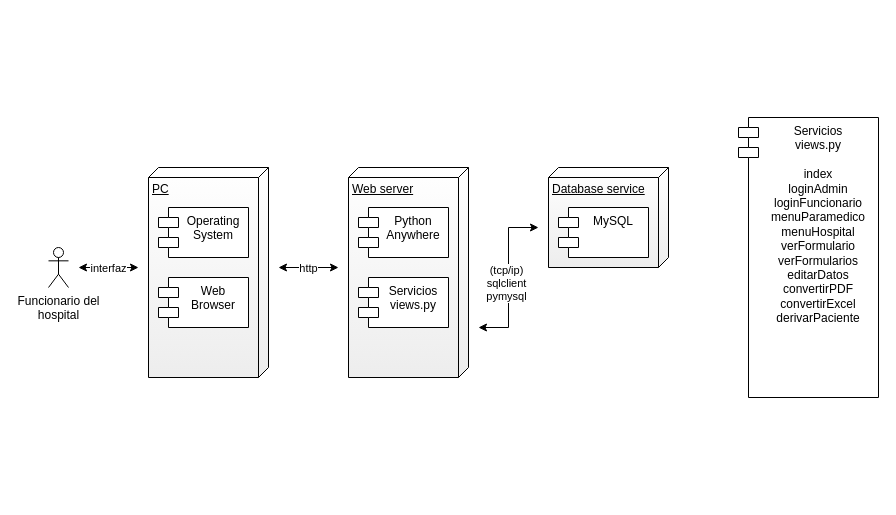
Before: page "Despliegue" (3 of 5) of Diagramas.drawio in PalomaWatona/proyecto-integrado, a draw.io diagram. Source tidied: cells renumbered, new cells numbered last; positions are measured from the earlier drawing's top-left corner, leaving out a move shared by most shapes. Both pictures are drawn from the tidied source at 100%, with x=0, y=0 at pixel (48, 117).
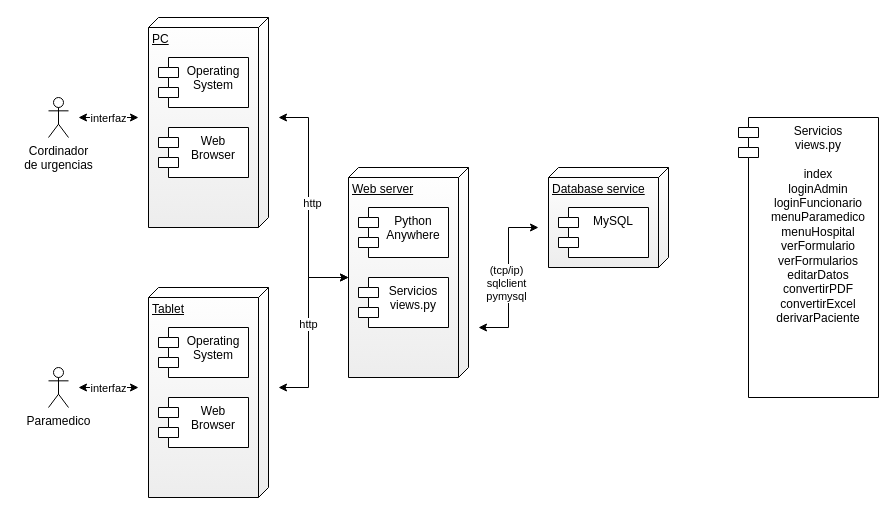
The same diagram, later.

The change refers to these unchanged cells:
```xml
<mxCell id="2" value="Web server" style="verticalAlign=top;align=left;spacingTop=8;spacingLeft=2;spacingRight=12;shape=cube;size=10;direction=south;fontStyle=4;html=1;whiteSpace=wrap;fillColor=#FFFFFF;gradientColor=#EDEDED;strokeColor=#000000;gradientDirection=east;" parent="1" vertex="1">
  <mxGeometry x="300" y="50" width="120" height="210" as="geometry" />
</mxCell>
```

Diff of the diagram source:
```diff
@@
     <mxCell id="10" value="PC" style="verticalAlign=top;align=left;spacingTop=8;spacingLeft=2;spacingRight=12;shape=cube;size=10;direction=south;fontStyle=4;html=1;whiteSpace=wrap;fillColor=#FFFFFF;gradientColor=#EDEDED;strokeColor=#000000;gradientDirection=east;" parent="1" vertex="1">
-      <mxGeometry x="100" y="50" width="120" height="210" as="geometry" />
+      <mxGeometry x="100" y="-100" width="120" height="210" as="geometry" />
     </mxCell>
     <mxCell id="11" value="Operating System" style="shape=module;align=left;spacingLeft=20;align=center;verticalAlign=top;whiteSpace=wrap;html=1;" parent="1" vertex="1">
-      <mxGeometry x="110" y="90" width="90" height="50" as="geometry" />
+      <mxGeometry x="110" y="-60" width="90" height="50" as="geometry" />
     </mxCell>
     <mxCell id="12" value="Web Browser" style="shape=module;align=left;spacingLeft=20;align=center;verticalAlign=top;whiteSpace=wrap;html=1;" parent="1" vertex="1">
-      <mxGeometry x="110" y="160" width="90" height="50" as="geometry" />
+      <mxGeometry x="110" y="10" width="90" height="50" as="geometry" />
     </mxCell>
-    <mxCell id="13" style="endArrow=classic;startArrow=classic;html=1;rounded=0;edgeStyle=orthogonalEdgeStyle;" parent="1" edge="1">
+    <mxCell id="13" style="endArrow=classic;startArrow=classic;html=1;rounded=0;edgeStyle=orthogonalEdgeStyle;entryX=0;entryY=0;entryDx=110;entryDy=120;entryPerimeter=0;" parent="1" edge="1" target="2">
       <mxGeometry relative="1" as="geometry">
-        <mxPoint x="230" y="150" as="sourcePoint" />
-        <mxPoint x="290" y="150" as="targetPoint" />
+        <mxPoint x="230" as="sourcePoint" />
         <Array as="points">
-          <mxPoint x="290" y="150" />
+          <mxPoint x="260" />
+          <mxPoint x="260" y="160" />
         </Array>
       </mxGeometry>
     </mxCell>
@@
-    <mxCell id="15" value="Funcionario del&lt;div&gt;hospital&lt;/div&gt;" style="shape=umlActor;verticalLabelPosition=bottom;verticalAlign=top;html=1;" parent="1" vertex="1">
-      <mxGeometry y="130" width="20" height="40" as="geometry" />
+    <mxCell id="15" value="Cordinador&lt;div&gt;de urgencias&lt;/div&gt;" style="shape=umlActor;verticalLabelPosition=bottom;verticalAlign=top;html=1;" parent="1" vertex="1">
+      <mxGeometry y="-20" width="20" height="40" as="geometry" />
     </mxCell>
     <mxCell id="16" style="endArrow=classic;startArrow=classic;html=1;rounded=0;edgeStyle=orthogonalEdgeStyle;" parent="1" edge="1">
       <mxGeometry relative="1" as="geometry">
-        <mxPoint x="30" y="150" as="sourcePoint" />
-        <mxPoint x="90" y="150" as="targetPoint" />
+        <mxPoint x="30" as="sourcePoint" />
+        <mxPoint x="90" as="targetPoint" />
         <Array as="points">
-          <mxPoint x="90" y="150" />
+          <mxPoint x="90" />
         </Array>
       </mxGeometry>
     </mxCell>
@@
+    <mxCell id="18" value="Tablet" style="verticalAlign=top;align=left;spacingTop=8;spacingLeft=2;spacingRight=12;shape=cube;size=10;direction=south;fontStyle=4;html=1;whiteSpace=wrap;fillColor=#FFFFFF;gradientColor=#EDEDED;strokeColor=#000000;gradientDirection=east;" parent="1" vertex="1">
+      <mxGeometry x="100" y="170" width="120" height="210" as="geometry" />
+    </mxCell>
+    <mxCell id="19" value="Operating System" style="shape=module;align=left;spacingLeft=20;align=center;verticalAlign=top;whiteSpace=wrap;html=1;" parent="1" vertex="1">
+      <mxGeometry x="110" y="210" width="90" height="50" as="geometry" />
+    </mxCell>
+    <mxCell id="20" value="Web Browser" style="shape=module;align=left;spacingLeft=20;align=center;verticalAlign=top;whiteSpace=wrap;html=1;" parent="1" vertex="1">
+      <mxGeometry x="110" y="280" width="90" height="50" as="geometry" />
+    </mxCell>
+    <mxCell id="21" value="Paramedico" style="shape=umlActor;verticalLabelPosition=bottom;verticalAlign=top;html=1;" parent="1" vertex="1">
+      <mxGeometry y="250" width="20" height="40" as="geometry" />
+    </mxCell>
+    <mxCell id="22" style="endArrow=classic;startArrow=classic;html=1;rounded=0;edgeStyle=orthogonalEdgeStyle;" parent="1" edge="1">
+      <mxGeometry relative="1" as="geometry">
+        <mxPoint x="30" y="270" as="sourcePoint" />
+        <mxPoint x="90" y="270" as="targetPoint" />
+        <Array as="points">
+          <mxPoint x="90" y="270" />
+        </Array>
+      </mxGeometry>
+    </mxCell>
+    <mxCell id="23" value="interfaz" style="edgeLabel;html=1;align=center;verticalAlign=middle;" parent="22" vertex="1">
+      <mxGeometry x="-0.03" y="3" relative="1" as="geometry">
+        <mxPoint y="3" as="offset" />
+      </mxGeometry>
+    </mxCell>
+    <mxCell id="24" style="edgeStyle=orthogonalEdgeStyle;rounded=0;jettySize=auto;html=1;entryX=0;entryY=0;entryDx=110;entryDy=120;entryPerimeter=0;startArrow=classic;startFill=1;" parent="1" edge="1" target="2">
+      <mxGeometry relative="1" as="geometry">
+        <mxPoint x="230" y="270" as="sourcePoint" />
+        <Array as="points">
+          <mxPoint x="260" y="270" />
+          <mxPoint x="260" y="160" />
+        </Array>
+      </mxGeometry>
+    </mxCell>
+    <mxCell id="25" value="http" style="edgeLabel;html=1;align=center;verticalAlign=middle;" parent="24" vertex="1">
+      <mxGeometry x="0.04" y="1" relative="1" as="geometry" />
+    </mxCell>
```
